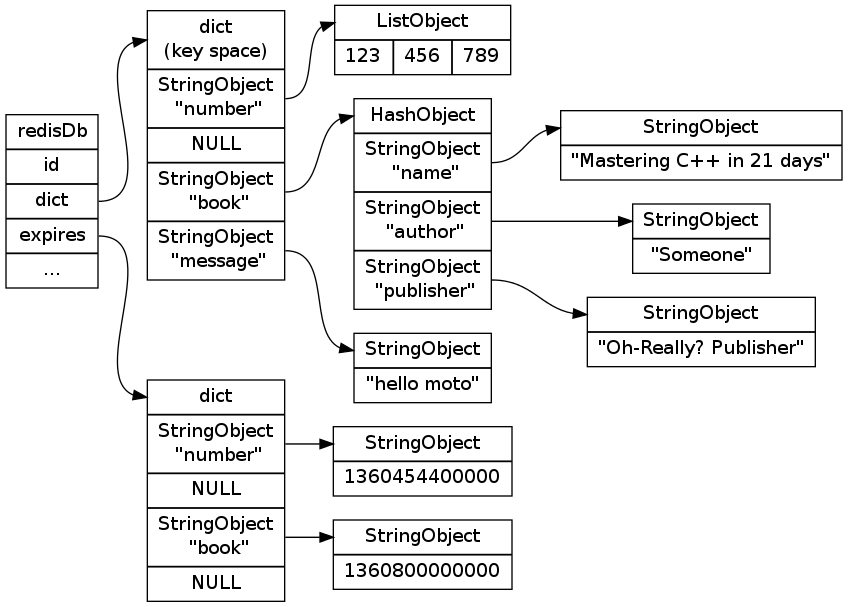
The Graphviz diagram internal/image/db-with-expire-time.png in huangzworks/redisbook, before a commit. Its source is kept beside it as internal/image/db-with-expire-time.dot.
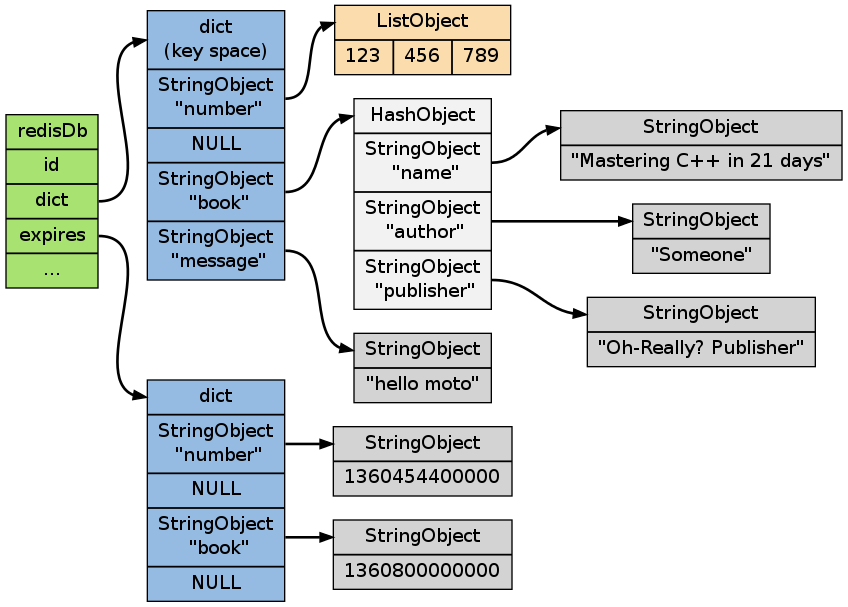
After the change.

Change to the diagram source:
```diff
@@ -2,16 +2,19 @@
 
     rankdir = LR;
 
-    node [shape = record];
+    node [shape = record, style = filled];
 
-    redisDb [label = "redisDb | id |<dict> dict |<expires> expires | ..."];
+    edge [style = bold];
 
 
-    dict [label = "<head>dict\n(key space) |<number>StringObject\n \"number\" | NULL |<book>StringObject\n \"book\" |<message>StringObject\n \"message\""];
+    redisDb [label = "redisDb | id |<dict> dict |<expires> expires | ...", fillcolor = "#A8E270"];
 
-    number [label = "<head>ListObject | { 123 | 456 | 789 }"];
 
-    book [label = "<head>HashObject |<name>StringObject\n \"name\" |<author>StringObject\n \"author\" |<publisher>StringObject\n \"publisher\""];
+    dict [label = "<head>dict\n(key space) |<number>StringObject\n \"number\" | NULL |<book>StringObject\n \"book\" |<message>StringObject\n \"message\"", fillcolor = "#95BBE3"];
+
+    number [label = "<head>ListObject | { 123 | 456 | 789 }", fillcolor = "#FADCAD"];
+
+    book [label = "<head>HashObject |<name>StringObject\n \"name\" |<author>StringObject\n \"author\" |<publisher>StringObject\n \"publisher\"", fillcolor = "#F2F2F2"];
 
     book_name [label = "<head>StringObject | \"Mastering C++ in 21 days\""];
     book_author [label = "<head>StringObject | \"Someone\""];
@@ -31,7 +34,7 @@
     book:publisher -> book_publisher:head;
 
 
-    expires [label = "<head>dict |<number>StringObject\n \"number\" | NULL |<book>StringObject\n \"book\" | NULL "];
+    expires [label = "<head>dict |<number>StringObject\n \"number\" | NULL |<book>StringObject\n \"book\" | NULL ", fillcolor = "#95BBE3"];
 
     expire_of_number [label = "<head>StringObject | 1360454400000 "];
 
```
